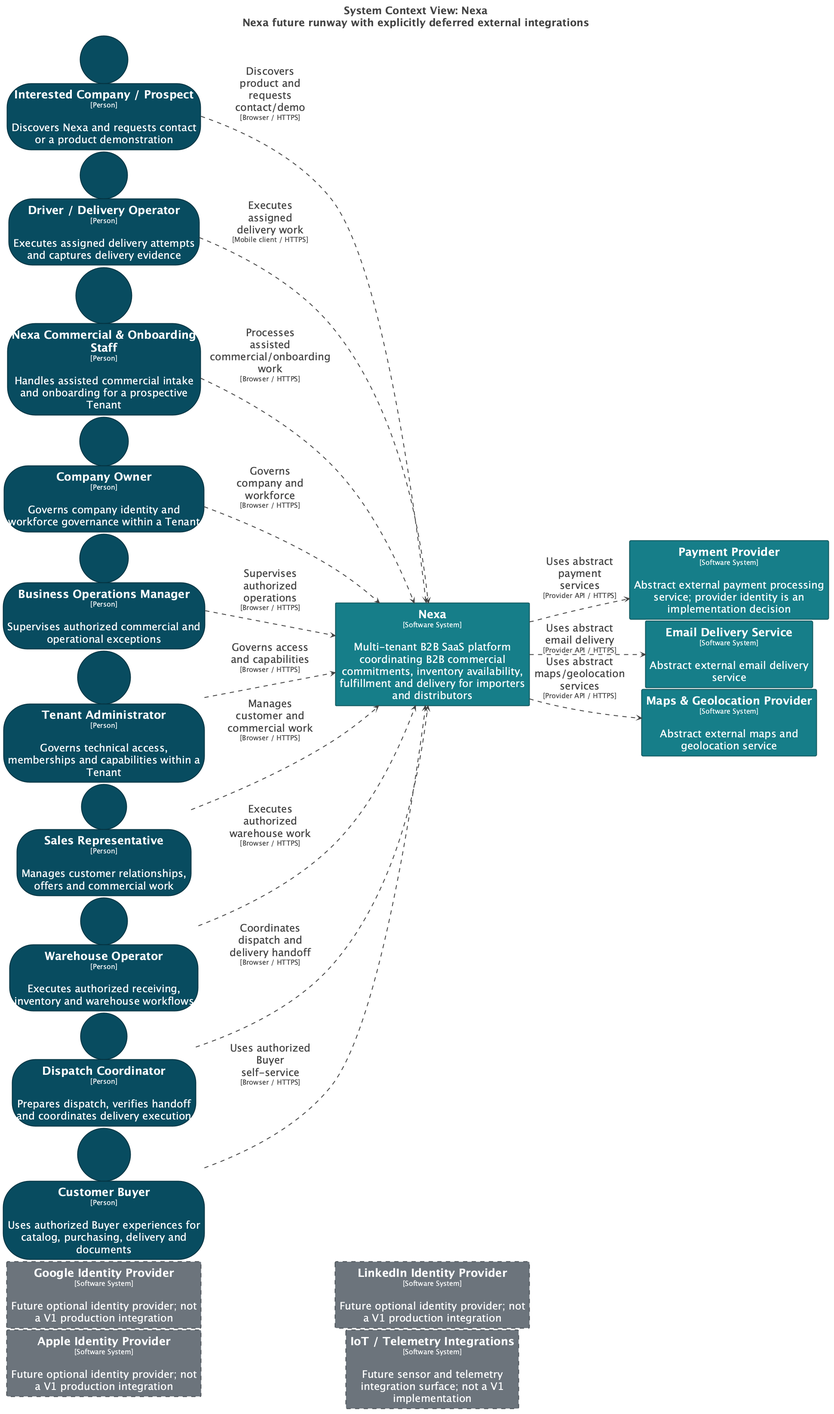
Earlier version of the PlantUML export 01-shared/architecture/c4/exports/l1/Nexa-SystemContext-Future-Runway.png (nexa-suite/blueprint).
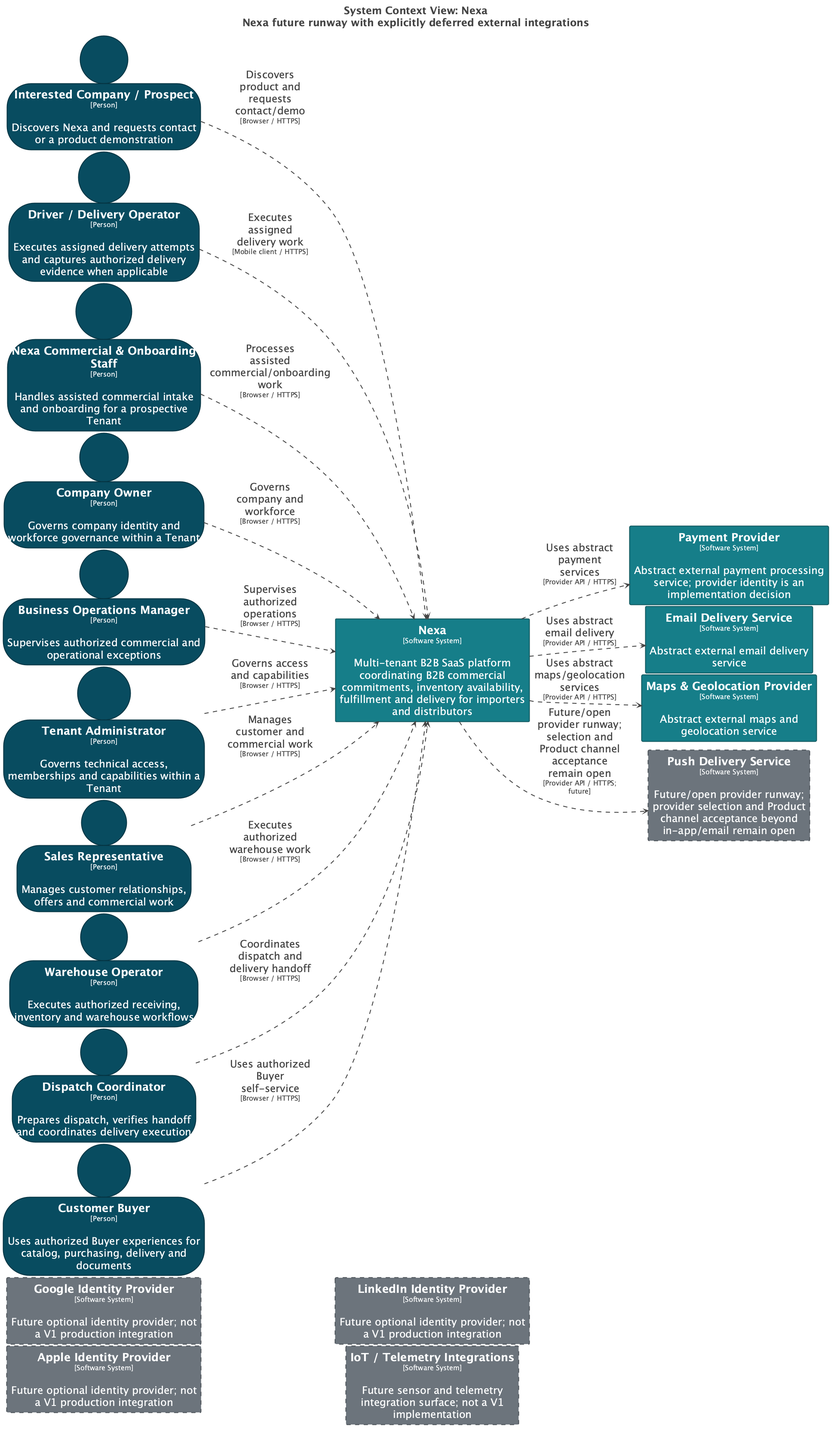
The same file after the commit.

What changed in the source:
```diff
@@ -60,10 +60,11 @@
 </style>
 
 person "==Interested Company / Prospect\n<size:16>[Person]</size>\n\nDiscovers Nexa and requests contact or a product demonstration" <<Element-RWxlbWVudCxQZXJzb24=>> as InterestedCompanyProspect
-person "==Driver / Delivery Operator\n<size:16>[Person]</size>\n\nExecutes assigned delivery attempts and captures delivery evidence" <<Element-RWxlbWVudCxQZXJzb24=>> as DriverDeliveryOperator
+person "==Driver / Delivery Operator\n<size:16>[Person]</size>\n\nExecutes assigned delivery attempts and captures authorized delivery evidence when applicable" <<Element-RWxlbWVudCxQZXJzb24=>> as DriverDeliveryOperator
 rectangle "==Payment Provider\n<size:16>[Software System]</size>\n\nAbstract external payment processing service; provider identity is an implementation decision" <<Element-RWxlbWVudCxTb2Z0d2FyZSBTeXN0ZW0=>> as PaymentProvider
 rectangle "==Email Delivery Service\n<size:16>[Software System]</size>\n\nAbstract external email delivery service" <<Element-RWxlbWVudCxTb2Z0d2FyZSBTeXN0ZW0=>> as EmailDeliveryService
 rectangle "==Maps & Geolocation Provider\n<size:16>[Software System]</size>\n\nAbstract external maps and geolocation service" <<Element-RWxlbWVudCxTb2Z0d2FyZSBTeXN0ZW0=>> as MapsGeolocationProvider
+rectangle "==Push Delivery Service\n<size:16>[Software System]</size>\n\nFuture/open provider runway; provider selection and Product channel acceptance beyond in-app/email remain open" <<Element-RWxlbWVudCxTb2Z0d2FyZSBTeXN0ZW0sRXh0ZXJuYWwgU3lzdGVtLEZ1dHVyZQ==>> as PushDeliveryService
 rectangle "==Google Identity Provider\n<size:16>[Software System]</size>\n\nFuture optional identity provider; not a V1 production integration" <<Element-RWxlbWVudCxTb2Z0d2FyZSBTeXN0ZW0sRXh0ZXJuYWwgU3lzdGVtLEZ1dHVyZQ==>> as GoogleIdentityProvider
 rectangle "==Apple Identity Provider\n<size:16>[Software System]</size>\n\nFuture optional identity provider; not a V1 production integration" <<Element-RWxlbWVudCxTb2Z0d2FyZSBTeXN0ZW0sRXh0ZXJuYWwgU3lzdGVtLEZ1dHVyZQ==>> as AppleIdentityProvider
 rectangle "==LinkedIn Identity Provider\n<size:16>[Software System]</size>\n\nFuture optional identity provider; not a V1 production integration" <<Element-RWxlbWVudCxTb2Z0d2FyZSBTeXN0ZW0sRXh0ZXJuYWwgU3lzdGVtLEZ1dHVyZQ==>> as LinkedInIdentityProvider
@@ -91,5 +92,6 @@
 Nexa --> PaymentProvider <<Relationship-UmVsYXRpb25zaGlw>> : "Uses abstract payment services\n<size:16>[Provider API / HTTPS]</size>"
 Nexa --> EmailDeliveryService <<Relationship-UmVsYXRpb25zaGlw>> : "Uses abstract email delivery\n<size:16>[Provider API / HTTPS]</size>"
 Nexa --> MapsGeolocationProvider <<Relationship-UmVsYXRpb25zaGlw>> : "Uses abstract maps/geolocation services\n<size:16>[Provider API / HTTPS]</size>"
+Nexa --> PushDeliveryService <<Relationship-UmVsYXRpb25zaGlw>> : "Future/open provider runway; selection and Product channel acceptance remain open\n<size:16>[Provider API / HTTPS; future]</size>"
 
 @enduml
```
